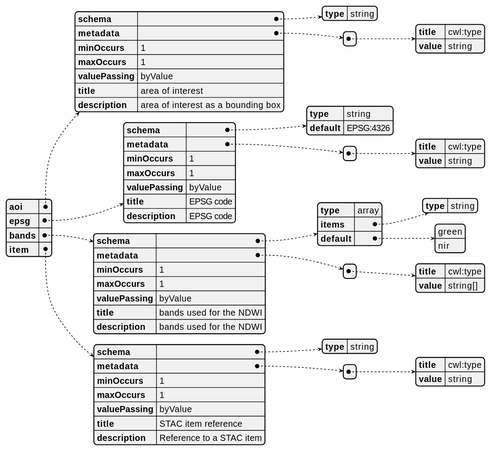
Before: docs/reference/cwl/cwl-workflow/app-water-body-cloud-native/water-bodies/ogc_processes_inputs.svg, a diagram exported from PlantUML (eoap/mastering-app-package).
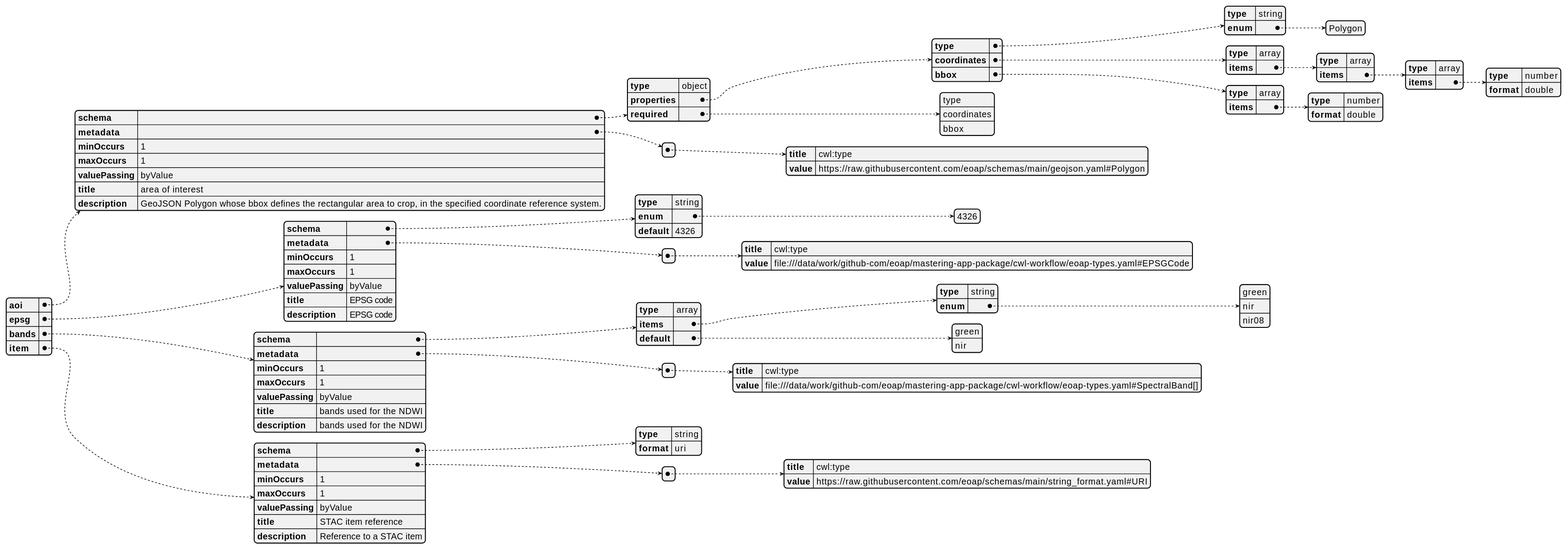
Later version of the same file.

Diff of the diagram source:
```diff
@@ -2,29 +2,65 @@
 {
   "aoi": {
     "schema": {
-      "type": "string"
+      "type": "object",
+      "properties": {
+        "type": {
+          "type": "string",
+          "enum": [
+            "Polygon"
+          ]
+        },
+        "coordinates": {
+          "type": "array",
+          "items": {
+            "type": "array",
+            "items": {
+              "type": "array",
+              "items": {
+                "type": "number",
+                "format": "double"
+              }
+            }
+          }
+        },
+        "bbox": {
+          "type": "array",
+          "items": {
+            "type": "number",
+            "format": "double"
+          }
+        }
+      },
+      "required": [
+        "type",
+        "coordinates",
+        "bbox"
+      ]
     },
     "metadata": [
       {
         "title": "cwl:type",
-        "value": "string"
+        "value": "https://raw.githubusercontent.com/eoap/schemas/main/geojson.yaml#Polygon"
       }
     ],
     "minOccurs": 1,
     "maxOccurs": 1,
     "valuePassing": "byValue",
     "title": "area of interest",
-    "description": "area of interest as a bounding box"
+    "description": "GeoJSON Polygon whose bbox defines the rectangular area to crop, in the specified coordinate reference system."
   },
   "epsg": {
     "schema": {
       "type": "string",
-      "default": "EPSG:4326"
+      "enum": [
+        "4326"
+      ],
+      "default": "4326"
     },
     "metadata": [
       {
         "title": "cwl:type",
-        "value": "string"
+        "value": "file:///data/work/github-com/eoap/mastering-app-package/cwl-workflow/eoap-types.yaml#EPSGCode"
       }
     ],
     "minOccurs": 1,
@@ -37,7 +73,12 @@
     "schema": {
       "type": "array",
       "items": {
-        "type": "string"
+        "type": "string",
+        "enum": [
+          "green",
+          "nir",
+          "nir08"
+        ]
       },
       "default": [
         "green",
@@ -47,7 +88,7 @@
     "metadata": [
       {
         "title": "cwl:type",
-        "value": "string[]"
+        "value": "file:///data/work/github-com/eoap/mastering-app-package/cwl-workflow/eoap-types.yaml#SpectralBand[]"
       }
     ],
     "minOccurs": 1,
@@ -58,12 +99,13 @@
   },
   "item": {
     "schema": {
-      "type": "string"
+      "type": "string",
+      "format": "uri"
     },
     "metadata": [
       {
         "title": "cwl:type",
-        "value": "string"
+        "value": "https://raw.githubusercontent.com/eoap/schemas/main/string_format.yaml#URI"
       }
     ],
     "minOccurs": 1,
```
